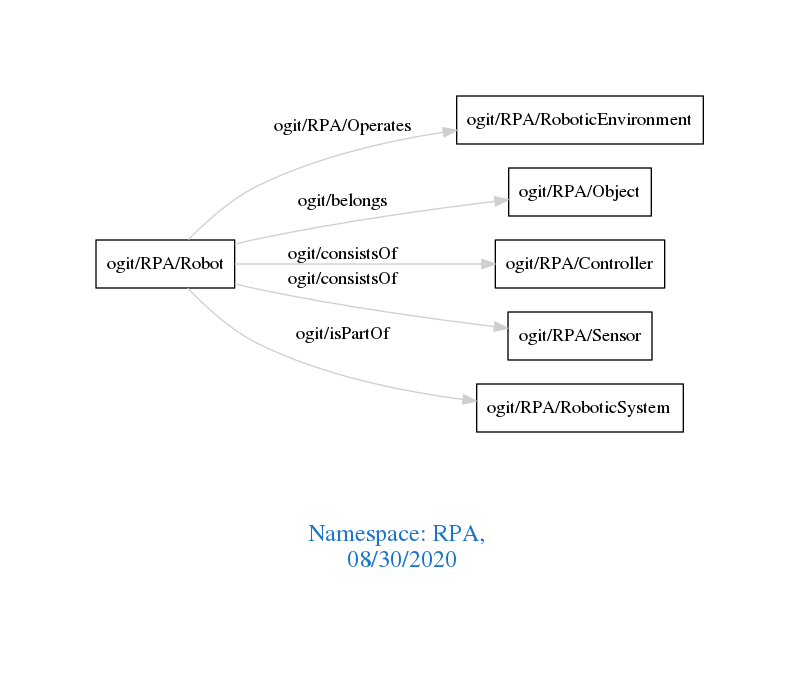
Before: downloads/RPA.png, a diagram exported from Graphviz (arago/OGIT). Its source is kept beside it as downloads/RPA.dot.
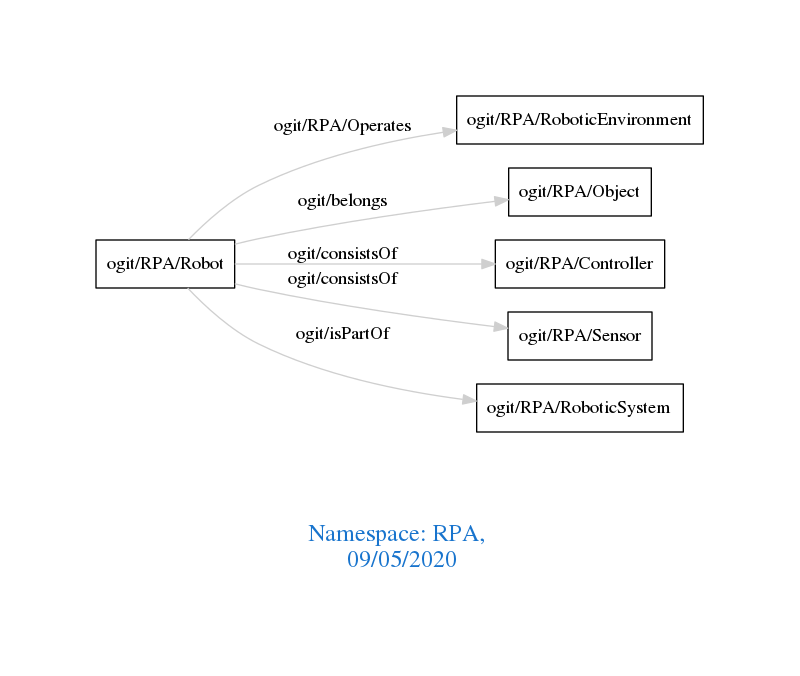
Above is the later version.

Change to the diagram source:
```diff
@@ -1,7 +1,7 @@
 digraph OGIT_ontology {
  graph [ rankdir= LR,pad=1
 fontsize = 18,
-fontcolor= dodgerblue3,label = "\n\n\nNamespace: RPA, \n 08/30/2020"];
+fontcolor= dodgerblue3,label = "\n\n\nNamespace: RPA, \n 09/05/2020"];
 node[shape=polygon];
 edge [  color="gray81"];
 
```
